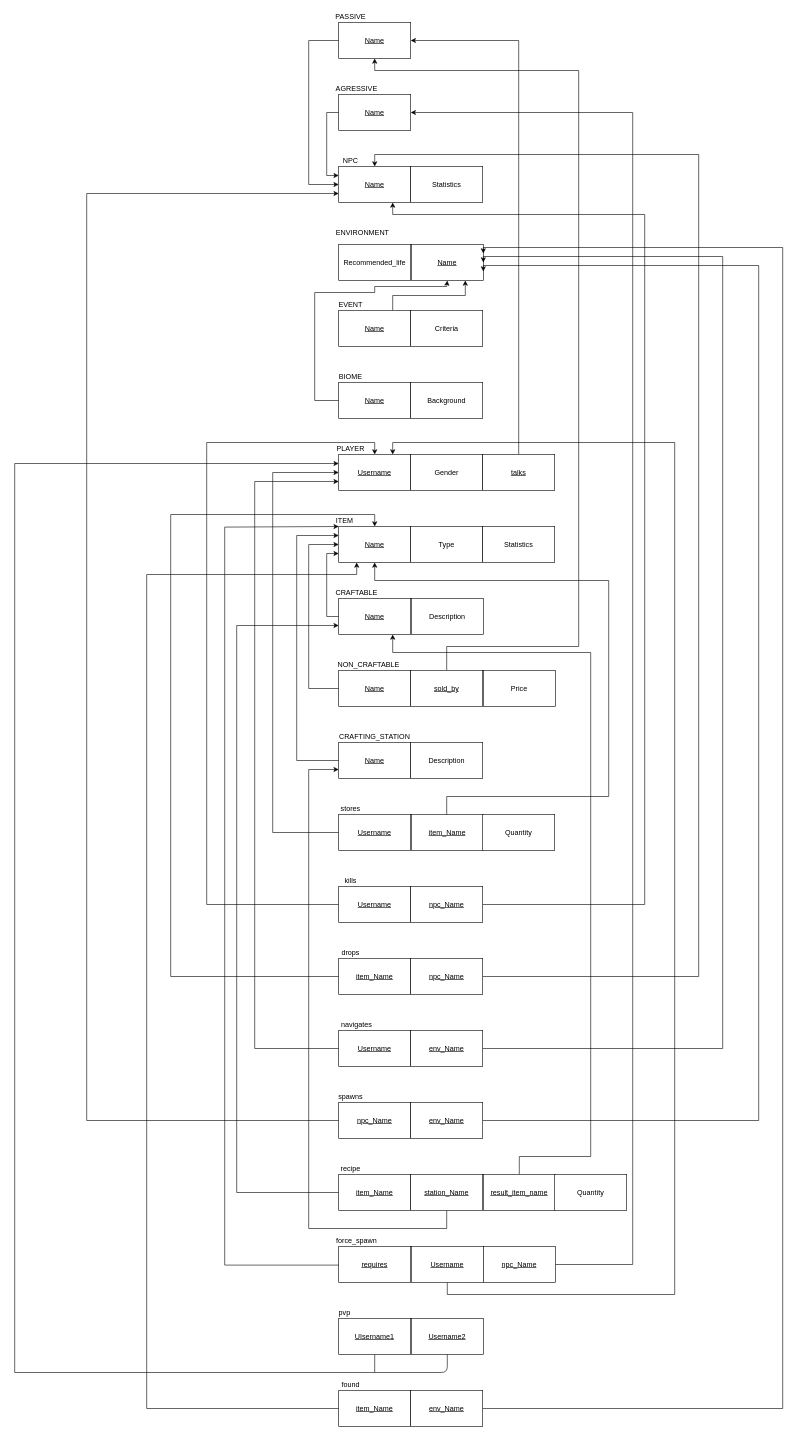
The draw.io diagram TerrariaMR.drawio in ahridesu/guioes-BD, before the edit. Source tidied: cells renumbered, new cells numbered last; positions are measured from the earlier drawing's top-left corner, leaving out a move shared by most shapes. Both pictures are drawn from the tidied source at 60%, with x=0, y=0 at pixel (14, 10).
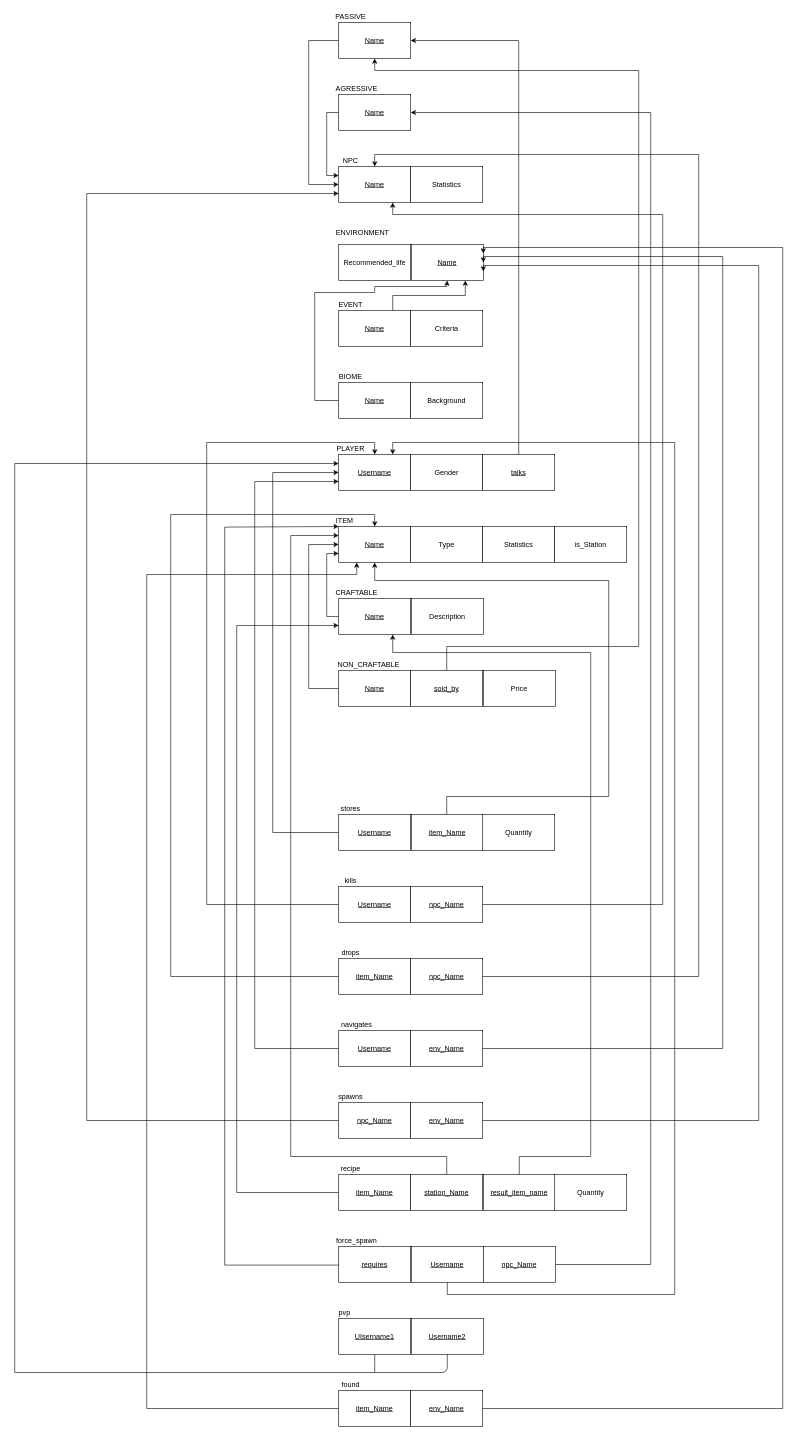
Above is the later version.

The change refers to these unchanged cells:
```xml
<mxCell id="17" value="&lt;u&gt;Name&lt;/u&gt;" style="rounded=0;whiteSpace=wrap;html=1;" parent="1" vertex="1">
  <mxGeometry x="540" y="260" width="120" height="60" as="geometry" />
</mxCell>
<mxCell id="21" value="&lt;u&gt;Name&lt;/u&gt;" style="rounded=0;whiteSpace=wrap;html=1;" parent="1" vertex="1">
  <mxGeometry x="540" y="140" width="120" height="60" as="geometry" />
</mxCell>
<mxCell id="23" value="&lt;u&gt;Name&lt;/u&gt;" style="rounded=0;whiteSpace=wrap;html=1;" parent="1" vertex="1">
  <mxGeometry x="540" y="20" width="120" height="60" as="geometry" />
</mxCell>
<mxCell id="26" value="&lt;u&gt;Name&lt;/u&gt;" style="rounded=0;whiteSpace=wrap;html=1;" parent="1" vertex="1">
  <mxGeometry x="540" y="860" width="120" height="60" as="geometry" />
</mxCell>
<mxCell id="41" value="&lt;u&gt;sold_by&lt;/u&gt;" style="rounded=0;whiteSpace=wrap;html=1;" parent="1" vertex="1">
  <mxGeometry x="660" y="1100" width="120" height="60" as="geometry" />
</mxCell>
<mxCell id="60" value="&lt;u&gt;npc_Name&lt;/u&gt;" style="rounded=0;whiteSpace=wrap;html=1;" parent="1" vertex="1">
  <mxGeometry x="660" y="1460" width="120" height="60" as="geometry" />
</mxCell>
<mxCell id="72" value="&lt;u&gt;station_Name&lt;/u&gt;" style="rounded=0;whiteSpace=wrap;html=1;" parent="1" vertex="1">
  <mxGeometry x="660" y="1940" width="120" height="60" as="geometry" />
</mxCell>
<mxCell id="82" value="&lt;u&gt;npc_Name&lt;/u&gt;" style="rounded=0;whiteSpace=wrap;html=1;" parent="1" vertex="1">
  <mxGeometry x="781" y="2060" width="120" height="60" as="geometry" />
</mxCell>
```

Change to the diagram source:
```diff
@@
-    <mxCell id="36" style="edgeStyle=orthogonalEdgeStyle;rounded=0;jettySize=auto;html=1;exitX=0;exitY=0.5;exitDx=0;exitDy=0;entryX=0;entryY=0.25;entryDx=0;entryDy=0;" parent="1" edge="1" source="37" target="26">
-      <mxGeometry relative="1" as="geometry">
-        <Array as="points">
-          <mxPoint x="470" y="1250" />
-          <mxPoint x="470" y="875" />
-        </Array>
-      </mxGeometry>
-    </mxCell>
-    <mxCell id="37" value="&lt;u&gt;Name&lt;/u&gt;" style="rounded=0;whiteSpace=wrap;html=1;" parent="1" vertex="1">
-      <mxGeometry x="540" y="1220" width="120" height="60" as="geometry" />
-    </mxCell>
-    <mxCell id="38" value="CRAFTING_STATION" style="text;html=1;strokeColor=none;fillColor=none;align=center;verticalAlign=middle;whiteSpace=wrap;rounded=0;" parent="1" vertex="1">
-      <mxGeometry x="580" y="1200" width="40" height="20" as="geometry" />
-    </mxCell>
-    <mxCell id="39" value="Description" style="rounded=0;whiteSpace=wrap;html=1;" parent="1" vertex="1">
-      <mxGeometry x="660" y="1220" width="120" height="60" as="geometry" />
-    </mxCell>
     <mxCell id="40" style="edgeStyle=orthogonalEdgeStyle;rounded=0;jettySize=auto;html=1;exitX=0.5;exitY=0;exitDx=0;exitDy=0;entryX=0.5;entryY=1;entryDx=0;entryDy=0;" parent="1" edge="1" source="41" target="23">
       <mxGeometry relative="1" as="geometry">
         <Array as="points">
           <mxPoint x="720" y="1060" />
-          <mxPoint x="940" y="1060" />
-          <mxPoint x="940" y="100" />
+          <mxPoint x="1040" y="1060" />
+          <mxPoint x="1040" y="100" />
           <mxPoint x="600" y="100" />
         </Array>
       </mxGeometry>
     </mxCell>
@@
     <mxCell id="59" style="edgeStyle=orthogonalEdgeStyle;rounded=0;jettySize=auto;html=1;exitX=1;exitY=0.5;exitDx=0;exitDy=0;entryX=0.75;entryY=1;entryDx=0;entryDy=0;" parent="1" edge="1" source="60" target="17">
       <mxGeometry relative="1" as="geometry">
         <Array as="points">
-          <mxPoint x="1050" y="1490" />
-          <mxPoint x="1050" y="340" />
+          <mxPoint x="1080" y="1490" />
+          <mxPoint x="1080" y="340" />
           <mxPoint x="630" y="340" />
         </Array>
       </mxGeometry>
     </mxCell>
@@
-    <mxCell id="68" style="edgeStyle=orthogonalEdgeStyle;rounded=0;jettySize=auto;html=1;exitX=0.5;exitY=1;exitDx=0;exitDy=0;entryX=0;entryY=0.75;entryDx=0;entryDy=0;" parent="1" edge="1" source="72" target="37">
-      <mxGeometry relative="1" as="geometry">
-        <Array as="points">
-          <mxPoint x="720" y="2030" />
-          <mxPoint x="490" y="2030" />
-          <mxPoint x="490" y="1265" />
-        </Array>
-      </mxGeometry>
-    </mxCell>
@@
+    <mxCell id="96" style="edgeStyle=orthogonalEdgeStyle;rounded=0;jettySize=auto;html=1;exitX=0.5;exitY=0;exitDx=0;exitDy=0;entryX=0;entryY=0.25;entryDx=0;entryDy=0;" parent="1" edge="1" source="72" target="26">
+      <mxGeometry relative="1" as="geometry">
+        <Array as="points">
+          <mxPoint x="720" y="1910" />
+          <mxPoint x="460" y="1910" />
+          <mxPoint x="460" y="875" />
+        </Array>
+      </mxGeometry>
+    </mxCell>
@@
     <mxCell id="81" style="edgeStyle=orthogonalEdgeStyle;rounded=0;jettySize=auto;html=1;exitX=1;exitY=0.5;exitDx=0;exitDy=0;entryX=1;entryY=0.5;entryDx=0;entryDy=0;" parent="1" edge="1" source="82" target="21">
       <mxGeometry relative="1" as="geometry">
         <Array as="points">
-          <mxPoint x="1030" y="2090" />
-          <mxPoint x="1030" y="170" />
+          <mxPoint x="1060" y="2090" />
+          <mxPoint x="1060" y="170" />
         </Array>
       </mxGeometry>
     </mxCell>
@@
+    <mxCell id="97" value="is_Station" style="rounded=0;whiteSpace=wrap;html=1;" parent="1" vertex="1">
+      <mxGeometry x="900" y="860" width="120" height="60" as="geometry" />
+    </mxCell>
```
